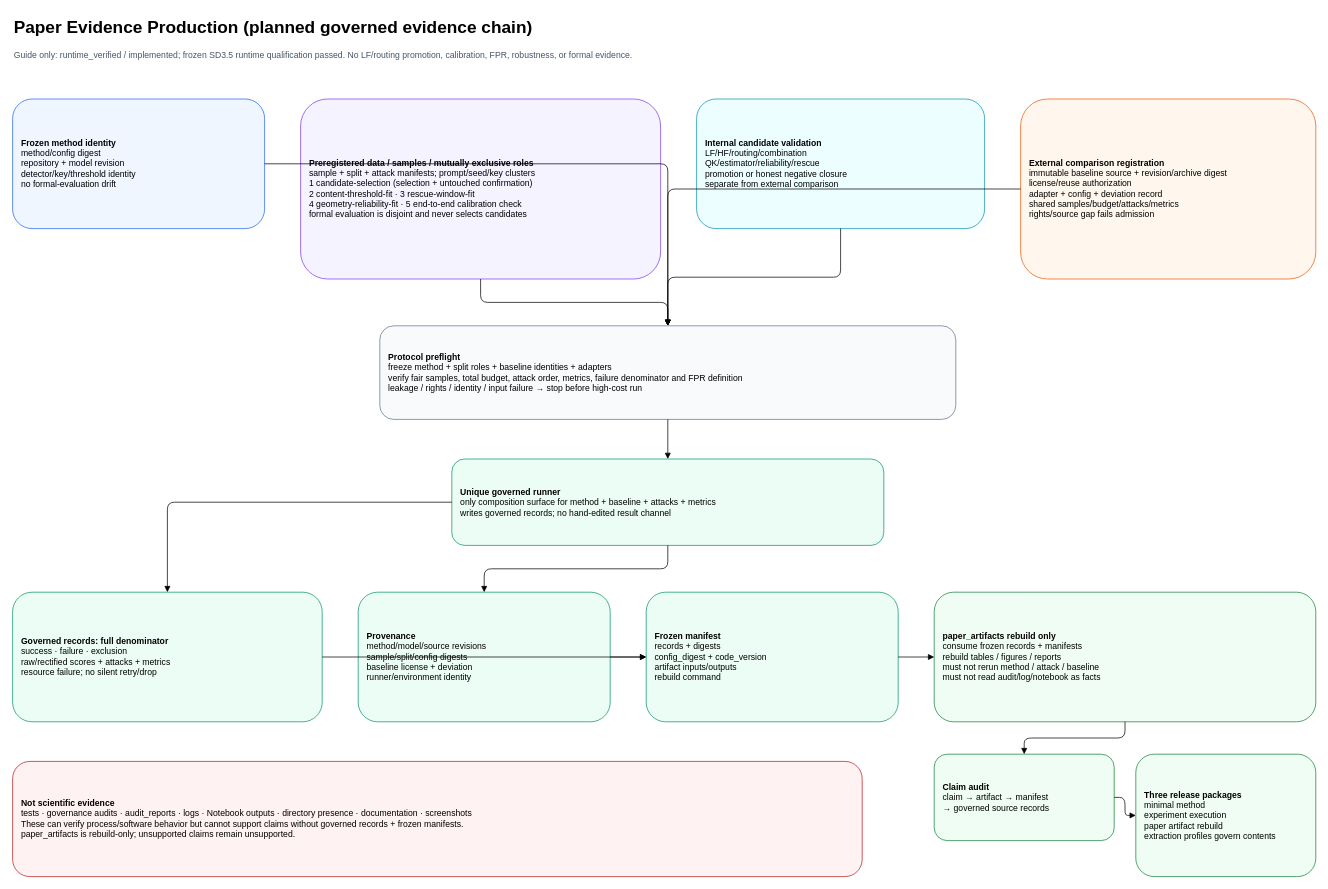
Before: docs/guides/diagrams/paper_evidence_production.drawio in RICHAAARC/CEG-WM, a draw.io diagram. Source tidied: cells renumbered, new cells numbered last; positions are measured from the earlier drawing's top-left corner, leaving out a move shared by most shapes. Both pictures are drawn from the tidied source at 72%, with x=0, y=0 at pixel (12, 12).
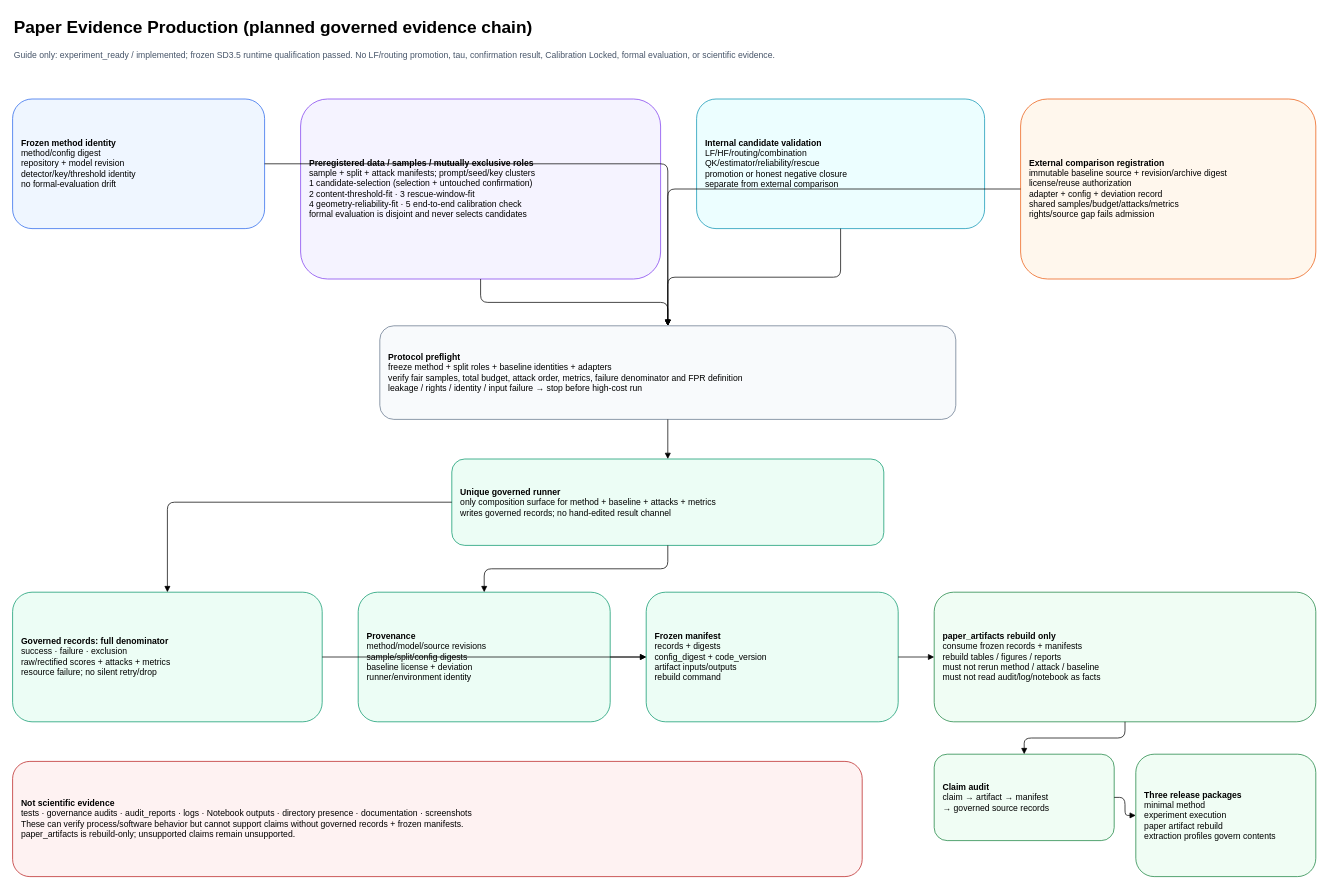
Above is the later version.

What changed in the source:
```diff
@@
-    <mxCell id="3" value="Guide only: runtime_verified / implemented; frozen SD3.5 runtime qualification passed. No LF/routing promotion, calibration, FPR, robustness, or formal evidence." style="text;html=1;fontSize=12;align=left;fontColor=#475569;" parent="1" vertex="1">
+    <mxCell id="3" value="Guide only: experiment_ready / implemented; frozen SD3.5 runtime qualification passed. No LF/routing promotion, tau, confirmation result, Calibration Locked, formal evaluation, or scientific evidence." style="text;html=1;fontSize=12;align=left;fontColor=#475569;" parent="1" vertex="1">
       <mxGeometry y="45" width="1500" height="45" as="geometry" />
     </mxCell>
```
